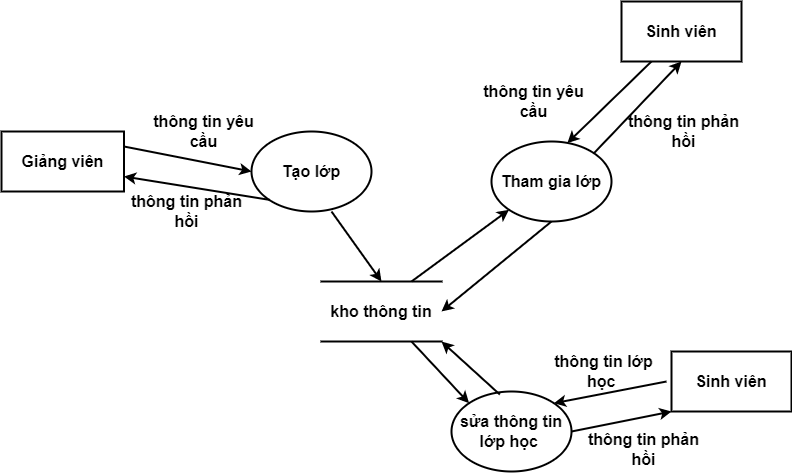
PTH-IT/DATN keeps this draw.io diagram as Baocao/dfdlophoc.drawio.png. Above is the earlier version. Source tidied: cells renumbered, new cells last; positions are measured from the earlier drawing's top-left corner, leaving out a move shared by most shapes.
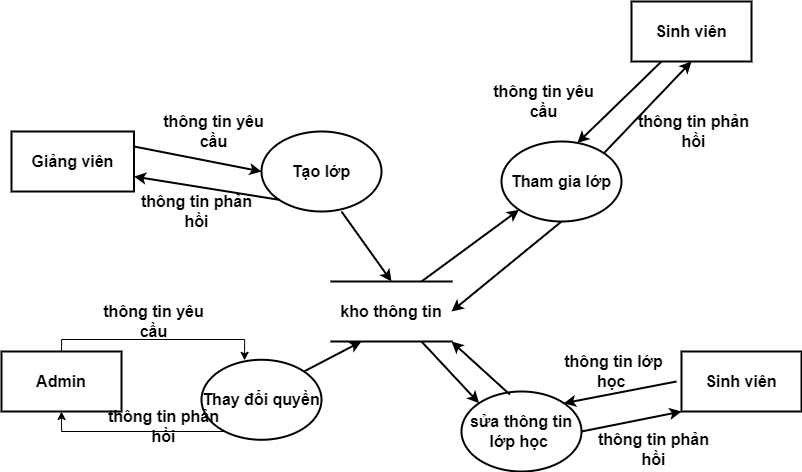
The same file after the commit.

The edit, as a diff of the source:
```diff
@@ -77,5 +77,35 @@
     <mxCell id="25" style="endArrow=classic;html=1;entryX=1;entryY=1;entryDx=0;entryDy=0;exitX=0.403;exitY=0.038;exitDx=0;exitDy=0;exitPerimeter=0;fontSize=16;fontStyle=1;strokeWidth=2;" parent="1" edge="1" source="18" target="4">
       <mxGeometry relative="1" as="geometry" />
     </mxCell>
+    <mxCell id="26" style="edgeStyle=orthogonalEdgeStyle;rounded=0;jettySize=auto;html=1;entryX=0.359;entryY=0.007;entryDx=0;entryDy=0;entryPerimeter=0;" parent="1" edge="1" source="27" target="29">
+      <mxGeometry relative="1" as="geometry">
+        <Array as="points">
+          <mxPoint x="50" y="338" />
+          <mxPoint x="233" y="338" />
+        </Array>
+      </mxGeometry>
+    </mxCell>
+    <mxCell id="27" value="Admin" style="rounded=0;whiteSpace=wrap;html=1;fontSize=16;fontStyle=1;strokeWidth=2;" parent="1" vertex="1">
+      <mxGeometry x="-10" y="350" width="120" height="60" as="geometry" />
+    </mxCell>
+    <mxCell id="28" style="edgeStyle=orthogonalEdgeStyle;rounded=0;jettySize=auto;html=1;entryX=0.5;entryY=1;entryDx=0;entryDy=0;" parent="1" edge="1" source="29" target="27">
+      <mxGeometry relative="1" as="geometry">
+        <Array as="points">
+          <mxPoint x="50" y="430" />
+        </Array>
+      </mxGeometry>
+    </mxCell>
+    <mxCell id="29" value="&lt;span style=&quot;font-size: 16px;&quot;&gt;Thay đổi quyền&lt;/span&gt;" style="ellipse;whiteSpace=wrap;html=1;fontSize=16;fontStyle=1;strokeWidth=2;" parent="1" vertex="1">
+      <mxGeometry x="190" y="358.3" width="120" height="80" as="geometry" />
+    </mxCell>
+    <mxCell id="30" value="thông tin phản hồi" style="text;html=1;strokeColor=none;fillColor=none;align=center;verticalAlign=middle;whiteSpace=wrap;rounded=0;fontSize=16;fontStyle=1;strokeWidth=2;" parent="1" vertex="1">
+      <mxGeometry x="90" y="415" width="125" height="20" as="geometry" />
+    </mxCell>
+    <mxCell id="31" value="thông tin yêu cầu" style="text;html=1;strokeColor=none;fillColor=none;align=center;verticalAlign=middle;whiteSpace=wrap;rounded=0;fontSize=16;fontStyle=1;strokeWidth=2;" parent="1" vertex="1">
+      <mxGeometry x="80" y="310" width="125" height="20" as="geometry" />
+    </mxCell>
+    <mxCell id="32" style="endArrow=classic;html=1;fontSize=16;fontStyle=1;strokeWidth=2;exitX=1;exitY=0;exitDx=0;exitDy=0;entryX=0.25;entryY=1;entryDx=0;entryDy=0;" parent="1" edge="1" source="29" target="4">
+      <mxGeometry relative="1" as="geometry" />
+    </mxCell>
   </root>
 </mxGraphModel>
```
